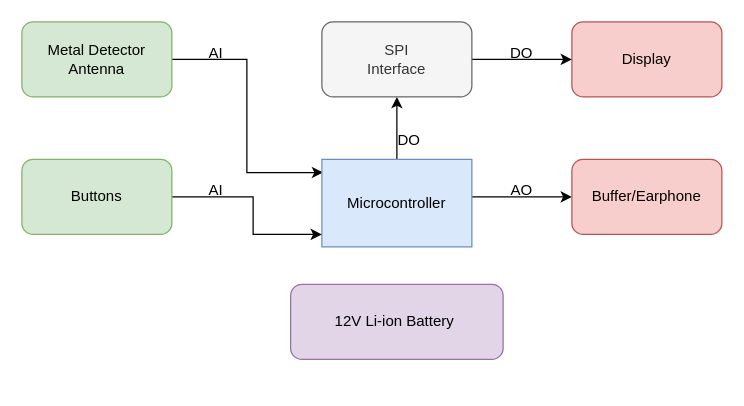
This is Metal Dedektör.drawio from metevs09/Metal_Dedector, a draw.io file, before an edit. Source tidied: cells renumbered, new cells numbered last; positions are measured from the earlier drawing's top-left corner, leaving out a move shared by most shapes. Both pictures are drawn from the tidied source at 125%, with x=0, y=0 at pixel (21, 21).
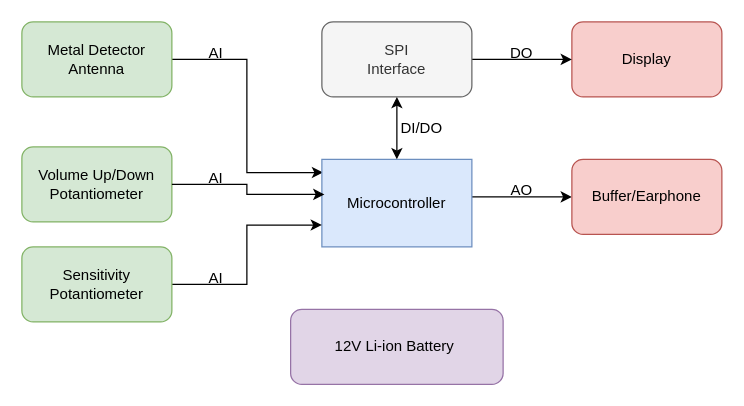
The same diagram, later.

Unchanged cells that the change refers to:
```xml
<mxCell id="6" value="Microcontroller" style="rounded=0;whiteSpace=wrap;html=1;fillColor=#dae8fc;strokeColor=#6c8ebf;" parent="1" vertex="1">
  <mxGeometry x="240" y="110" width="120" height="70" as="geometry" />
</mxCell>
<mxCell id="13" value="SPI &lt;br&gt;Interface" style="rounded=1;whiteSpace=wrap;html=1;fillColor=#f5f5f5;fontColor=#333333;strokeColor=#666666;" parent="1" vertex="1">
  <mxGeometry x="240" width="120" height="60" as="geometry" />
</mxCell>
```

Diff of the diagram source:
```diff
@@
-    <mxCell id="5" style="edgeStyle=orthogonalEdgeStyle;rounded=0;jettySize=auto;html=1;entryX=0.5;entryY=1;entryDx=0;entryDy=0;" parent="1" edge="1" source="6" target="13">
-      <mxGeometry relative="1" as="geometry" />
-    </mxCell>
@@
-    <mxCell id="7" style="edgeStyle=orthogonalEdgeStyle;rounded=0;jettySize=auto;html=1;" parent="1" edge="1" source="8">
-      <mxGeometry relative="1" as="geometry">
-        <mxPoint x="240" y="170" as="targetPoint" />
-        <Array as="points">
-          <mxPoint x="185" y="140" />
-          <mxPoint x="185" y="170" />
-        </Array>
-      </mxGeometry>
-    </mxCell>
-    <mxCell id="8" value="Buttons" style="rounded=1;whiteSpace=wrap;html=1;fillColor=#d5e8d4;strokeColor=#82b366;" parent="1" vertex="1">
-      <mxGeometry y="110" width="120" height="60" as="geometry" />
-    </mxCell>
     <mxCell id="9" value="12V Li-ion Battery&amp;nbsp;" style="rounded=1;whiteSpace=wrap;html=1;fillColor=#e1d5e7;strokeColor=#9673a6;" parent="1" vertex="1">
-      <mxGeometry x="215" y="210" width="170" height="60" as="geometry" />
+      <mxGeometry x="215" y="230" width="170" height="60" as="geometry" />
     </mxCell>
@@
     <mxCell id="15" value="AI" style="text;html=1;align=center;verticalAlign=middle;strokeColor=none;fillColor=none;" parent="1" vertex="1">
-      <mxGeometry x="140" y="120" width="30" height="30" as="geometry" />
+      <mxGeometry x="140" y="110" width="30" height="30" as="geometry" />
     </mxCell>
@@
-    <mxCell id="18" value="DO" style="text;html=1;strokeColor=none;fillColor=none;align=center;verticalAlign=middle;whiteSpace=wrap;rounded=0;" parent="1" vertex="1">
-      <mxGeometry x="280" y="90" width="60" height="10" as="geometry" />
+    <mxCell id="18" value="DI/DO" style="text;html=1;strokeColor=none;fillColor=none;align=center;verticalAlign=middle;whiteSpace=wrap;rounded=0;" parent="1" vertex="1">
+      <mxGeometry x="290" y="80" width="60" height="10" as="geometry" />
     </mxCell>
+    <mxCell id="19" value="Volume Up/Down&lt;br&gt;Potantiometer" style="rounded=1;whiteSpace=wrap;html=1;fillColor=#d5e8d4;strokeColor=#82b366;" parent="1" vertex="1">
+      <mxGeometry y="100" width="120" height="60" as="geometry" />
+    </mxCell>
+    <mxCell id="20" style="edgeStyle=orthogonalEdgeStyle;rounded=0;jettySize=auto;html=1;entryX=0;entryY=0.75;entryDx=0;entryDy=0;" parent="1" edge="1" source="21" target="6">
+      <mxGeometry relative="1" as="geometry" />
+    </mxCell>
+    <mxCell id="21" value="Sensitivity Potantiometer" style="rounded=1;whiteSpace=wrap;html=1;fillColor=#d5e8d4;strokeColor=#82b366;" parent="1" vertex="1">
+      <mxGeometry y="180" width="120" height="60" as="geometry" />
+    </mxCell>
+    <mxCell id="22" style="edgeStyle=orthogonalEdgeStyle;rounded=0;jettySize=auto;html=1;exitX=1;exitY=0.5;exitDx=0;exitDy=0;entryX=0.017;entryY=0.4;entryDx=0;entryDy=0;entryPerimeter=0;" parent="1" edge="1" source="19" target="6">
+      <mxGeometry relative="1" as="geometry" />
+    </mxCell>
+    <mxCell id="23" value="AI" style="text;html=1;align=center;verticalAlign=middle;strokeColor=none;fillColor=none;" parent="1" vertex="1">
+      <mxGeometry x="140" y="190" width="30" height="30" as="geometry" />
+    </mxCell>
+    <mxCell id="5" style="endArrow=classic;startArrow=classic;html=1;rounded=0;entryX=0.5;entryY=1;entryDx=0;entryDy=0;exitX=0.5;exitY=0;exitDx=0;exitDy=0;" parent="1" edge="1" source="6" target="13">
+      <mxGeometry relative="1" as="geometry" />
+    </mxCell>
```
